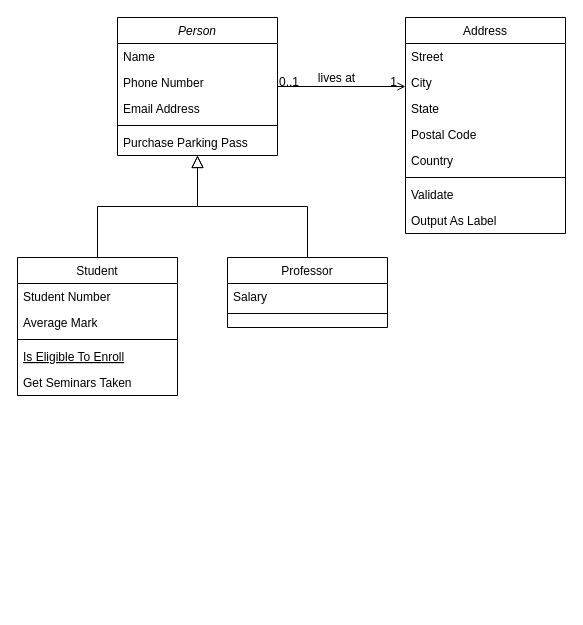
Earlier version of the draw.io diagram Untitled Diagram.drawio (alicemabille/bop). Source tidied: cells renumbered, new cells numbered last; positions are measured from the earlier drawing's top-left corner, leaving out a move shared by most shapes. Both pictures are drawn from the tidied source at 100%, with x=0, y=0 at pixel (17, 17).
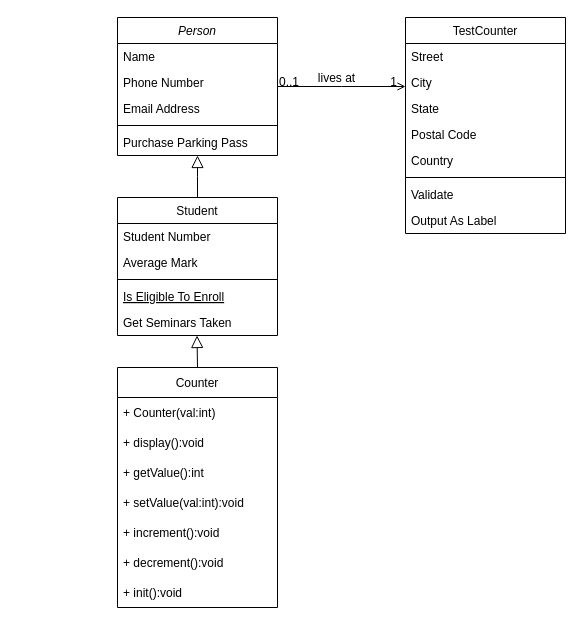
The same diagram, later.

The change refers to these unchanged cells:
```xml
<mxCell id="2" value="Person" style="swimlane;fontStyle=2;align=center;verticalAlign=top;horizontal=1;startSize=26;rounded=0;shadow=0;strokeWidth=1;" parent="1" vertex="1">
  <mxGeometry x="100" width="160" height="138" as="geometry" />
</mxCell>
```

What changed in the source:
```diff
@@
     <mxCell id="8" value="Student" style="swimlane;fontStyle=0;align=center;verticalAlign=top;horizontal=1;startSize=26;rounded=0;shadow=0;strokeWidth=1;" parent="1" vertex="1">
-      <mxGeometry y="240" width="160" height="138" as="geometry" />
+      <mxGeometry x="100" y="180" width="160" height="138" as="geometry" />
     </mxCell>
@@
-    <mxCell id="15" value="Professor" style="swimlane;fontStyle=0;align=center;verticalAlign=top;horizontal=1;startSize=26;rounded=0;shadow=0;strokeWidth=1;" parent="1" vertex="1">
-      <mxGeometry x="210" y="240" width="160" height="70" as="geometry" />
-    </mxCell>
-    <mxCell id="16" value="Salary" style="text;align=left;verticalAlign=top;spacingLeft=4;spacingRight=4;overflow=hidden;" parent="15" vertex="1">
-      <mxGeometry y="26" width="160" height="26" as="geometry" />
-    </mxCell>
-    <mxCell id="17" style="line;html=1;strokeWidth=1;align=left;verticalAlign=middle;spacingTop=-1;spacingLeft=3;spacingRight=3;labelPosition=right;" parent="15" vertex="1">
-      <mxGeometry y="52" width="160" height="8" as="geometry" />
-    </mxCell>
-    <mxCell id="18" style="endArrow=block;endSize=10;endFill=0;shadow=0;strokeWidth=1;rounded=0;edgeStyle=elbowEdgeStyle;elbow=vertical;" parent="1" edge="1" source="15" target="2">
-      <mxGeometry relative="1" as="geometry" />
-    </mxCell>
-    <mxCell id="19" value="Address" style="swimlane;fontStyle=0;align=center;verticalAlign=top;horizontal=1;startSize=26;rounded=0;shadow=0;strokeWidth=1;" parent="1" vertex="1">
+    <mxCell id="19" value="TestCounter&#10;" style="swimlane;fontStyle=0;align=center;verticalAlign=top;horizontal=1;startSize=26;rounded=0;shadow=0;strokeWidth=1;" parent="1" vertex="1">
       <mxGeometry x="388" width="160" height="216" as="geometry" />
     </mxCell>
@@
+    <mxCell id="32" value="Counter" style="swimlane;fontStyle=0;horizontal=1;startSize=30;direction=east;rounded=0;shadow=0;sketch=0;glass=0;" parent="1" vertex="1">
+      <mxGeometry x="100" y="350" width="160" height="240" as="geometry" />
+    </mxCell>
+    <mxCell id="33" value="+ Counter(val:int)" style="text;strokeColor=none;fillColor=none;align=left;verticalAlign=middle;spacingLeft=4;spacingRight=4;overflow=hidden;" parent="32" vertex="1">
+      <mxGeometry y="30" width="160" height="30" as="geometry" />
+    </mxCell>
+    <mxCell id="34" value="+ display():void" style="text;strokeColor=none;fillColor=none;align=left;verticalAlign=middle;spacingLeft=4;spacingRight=4;overflow=hidden;" parent="32" vertex="1">
+      <mxGeometry y="60" width="160" height="30" as="geometry" />
+    </mxCell>
+    <mxCell id="35" value="+ getValue():int" style="text;strokeColor=none;fillColor=none;align=left;verticalAlign=middle;spacingLeft=4;spacingRight=4;overflow=hidden;" parent="32" vertex="1">
+      <mxGeometry y="90" width="160" height="30" as="geometry" />
+    </mxCell>
+    <mxCell id="36" value="+ setValue(val:int):void" style="text;strokeColor=none;fillColor=none;align=left;verticalAlign=middle;spacingLeft=4;spacingRight=4;overflow=hidden;" parent="32" vertex="1">
+      <mxGeometry y="120" width="160" height="30" as="geometry" />
+    </mxCell>
+    <mxCell id="37" value="+ increment():void" style="text;strokeColor=none;fillColor=none;align=left;verticalAlign=middle;spacingLeft=4;spacingRight=4;overflow=hidden;" parent="32" vertex="1">
+      <mxGeometry y="150" width="160" height="30" as="geometry" />
+    </mxCell>
+    <mxCell id="38" value="+ decrement():void" style="text;strokeColor=none;fillColor=none;align=left;verticalAlign=middle;spacingLeft=4;spacingRight=4;overflow=hidden;" parent="32" vertex="1">
+      <mxGeometry y="180" width="160" height="30" as="geometry" />
+    </mxCell>
+    <mxCell id="39" value="+ init():void" style="text;strokeColor=none;fillColor=none;align=left;verticalAlign=middle;spacingLeft=4;spacingRight=4;overflow=hidden;" parent="32" vertex="1">
+      <mxGeometry y="210" width="160" height="30" as="geometry" />
+    </mxCell>
+    <mxCell id="40" style="endArrow=block;endSize=10;endFill=0;shadow=0;strokeWidth=1;rounded=0;edgeStyle=elbowEdgeStyle;elbow=vertical;exitX=0.5;exitY=0;exitDx=0;exitDy=0;" parent="1" edge="1" source="32">
+      <mxGeometry relative="1" as="geometry">
+        <mxPoint x="179.5" y="318" as="targetPoint" />
+        <Array as="points">
+          <mxPoint x="179.5" y="350" />
+        </Array>
+      </mxGeometry>
+    </mxCell>
```
